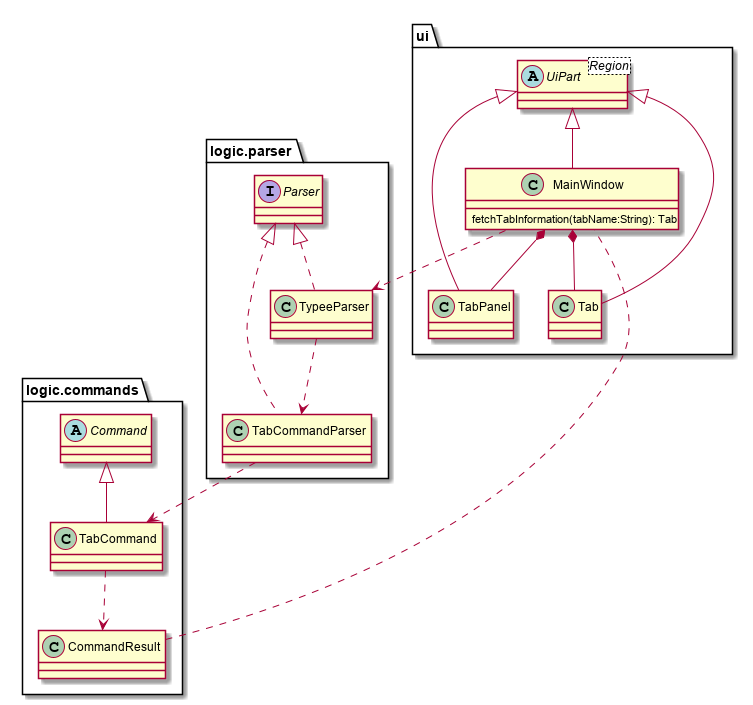
nus-cs2103-AY1920S1/addressbook-level3 keeps this PlantUML diagram as docs/images/TabCommandClassDiagram.png. Above is the earlier version.
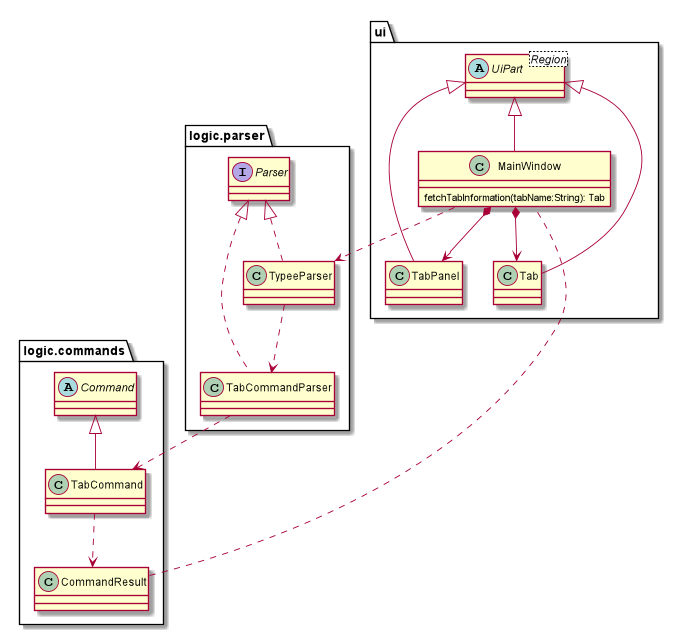
After the change.

Commit message:
updates in DG tab and pdf command.

The edit, as a diff of the source:
```diff
@@ -23,8 +23,8 @@
 UiPart <|-- Tab
 UiPart <|-- TabPanel
 UiPart <|-- MainWindow
-MainWindow *-- Tab
-MainWindow *-- TabPanel
+MainWindow *--> Tab
+MainWindow *--> TabPanel
 Parser <|.. TabCommandParser
 Parser <|.. TypeeParser
 TypeeParser ..> TabCommandParser
```
